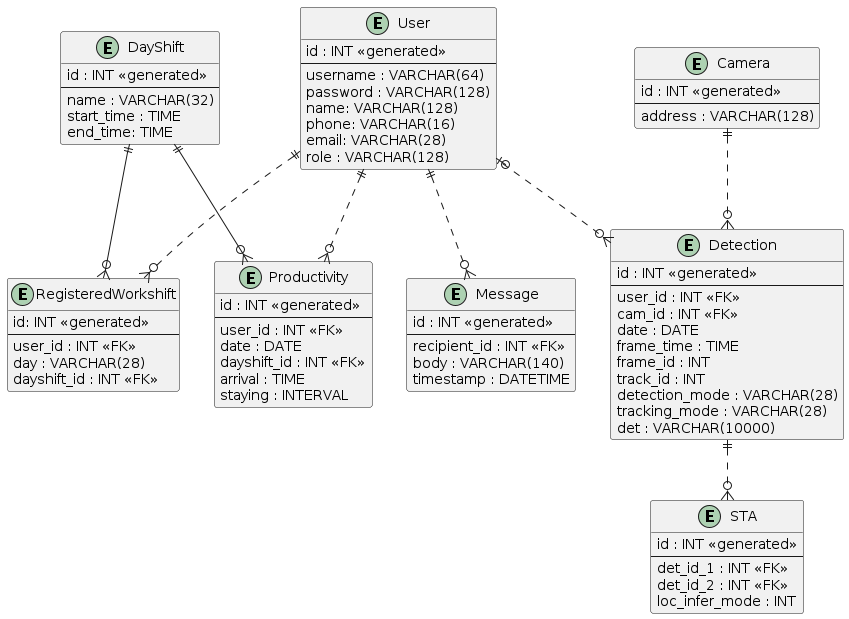
Earlier version of the PlantUML export docs/UML/Database Design/ERD.png (LapTQ/MCT). The source it was exported from:
```plantuml
@startuml

entity User {
    id : INT <<generated>>
    --
    username : VARCHAR(64)
    password : VARCHAR(128)
    name: VARCHAR(128)
    phone: VARCHAR(16)
    email: VARCHAR(28)
    role : VARCHAR(128)
}

entity DayShift {
    id : INT <<generated>>
    --
    name : VARCHAR(32)
    start_time : TIME
    end_time: TIME
}

entity RegisteredWorkshift {
    id: INT <<generated>>
    --
    user_id : INT <<FK>>
    day : VARCHAR(28)
    dayshift_id : INT <<FK>>
}

entity Message {
    id : INT <<generated>>
    --
    recipient_id : INT <<FK>>
    body : VARCHAR(140)
    timestamp : DATETIME
}

entity Productivity {
    id : INT <<generated>>
    --
    user_id : INT <<FK>>
    date : DATE
    dayshift_id : INT <<FK>>
    arrival : TIME
    staying : INTERVAL
}

entity Detection {
    id : INT <<generated>>
    --
    user_id : INT <<FK>>
    cam_id : INT <<FK>>
    date : DATE
    frame_time : TIME
    frame_id : INT
    track_id : INT
    detection_mode : VARCHAR(28)
    tracking_mode : VARCHAR(28)
    det : VARCHAR(10000)
}

entity STA {
    id : INT <<generated>>
    --
    det_id_1 : INT <<FK>>
    det_id_2 : INT <<FK>>
    loc_infer_mode : INT
}

entity Camera {
    id : INT <<generated>>
    --
    address : VARCHAR(128)
}

User ||..o{ RegisteredWorkshift
User ||..o{ Message
User ||..o{ Productivity
User |o..o{ Detection
Camera ||..o{ Detection
Detection ||..o{ STA
DayShift ||--o{ RegisteredWorkshift
DayShift ||--o{ Productivity

@enduml
```
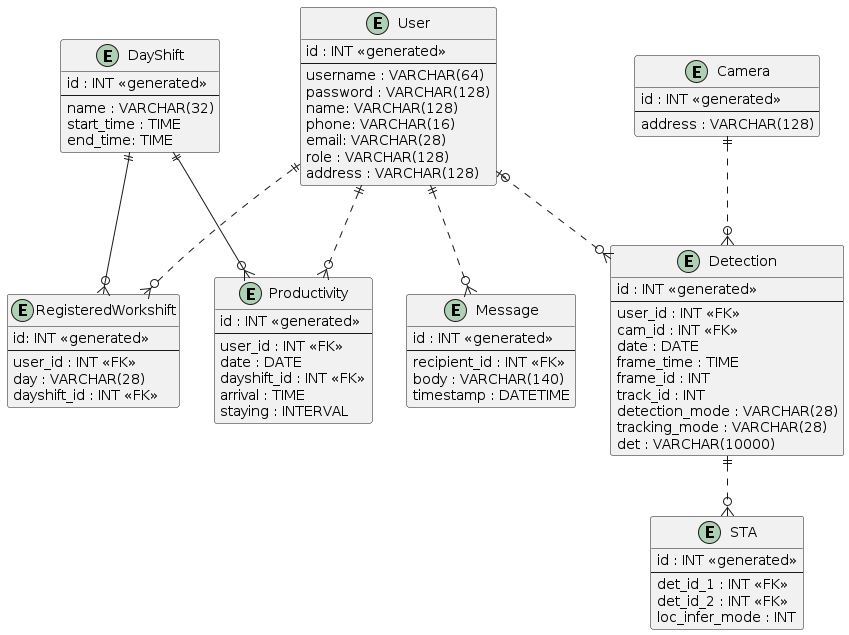
After the change.

What changed in the source:
```diff
@@ -9,6 +9,7 @@
     phone: VARCHAR(16)
     email: VARCHAR(28)
     role : VARCHAR(128)
+    address : VARCHAR(128)
 }
 
 entity DayShift {
```
